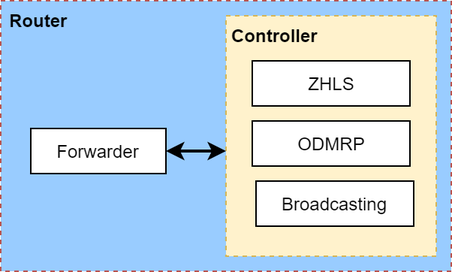
This is docs/figures/router.png from mido3ds/C4IAN, a draw.io export, as it was before one commit. Source tidied: cells renumbered, new cells last; positions are measured from the earlier drawing's top-left corner, leaving out a move shared by most shapes. Its diagram source:
```xml
<mxGraphModel>
  <root>
    <mxCell id="0" />
    <mxCell id="1" parent="0" />
    <mxCell id="2" value="Router" style="rounded=0;whiteSpace=wrap;html=1;verticalAlign=top;align=left;dashed=1;fontStyle=1;fontSize=12;strokeColor=#b85450;spacingTop=0;spacingLeft=4;fillColor=#99CCFF;spacingBottom=1;" parent="1" vertex="1">
      <mxGeometry width="300" height="180" as="geometry" />
    </mxCell>
    <mxCell id="3" value="Forwarder" style="rounded=0;whiteSpace=wrap;html=1;align=center;" parent="1" vertex="1">
      <mxGeometry x="20" y="85" width="90" height="30" as="geometry" />
    </mxCell>
    <mxCell id="4" style="group;" parent="1" vertex="1">
      <mxGeometry x="150" y="10" width="140" height="160" as="geometry" />
    </mxCell>
    <mxCell id="5" value="Controller" style="rounded=0;whiteSpace=wrap;html=1;verticalAlign=top;align=left;dashed=1;fontStyle=1;fontSize=12;fillColor=#fff2cc;strokeColor=#d6b656;spacingLeft=2;" parent="4" vertex="1">
      <mxGeometry width="140" height="160" as="geometry" />
    </mxCell>
    <mxCell id="6" value="ZHLS" style="rounded=0;whiteSpace=wrap;html=1;fillColor=#ffffff;align=center;" parent="4" vertex="1">
      <mxGeometry x="17.5" y="30" width="105" height="30" as="geometry" />
    </mxCell>
    <mxCell id="7" value="ODMRP" style="rounded=0;whiteSpace=wrap;html=1;fillColor=#ffffff;align=center;" parent="4" vertex="1">
      <mxGeometry x="17.5" y="70" width="105" height="30" as="geometry" />
    </mxCell>
    <mxCell id="8" value="Broadcasting" style="rounded=0;whiteSpace=wrap;html=1;fillColor=#ffffff;align=center;" parent="4" vertex="1">
      <mxGeometry x="20" y="110" width="105" height="30" as="geometry" />
    </mxCell>
    <mxCell id="9" style="endArrow=classic;startArrow=classic;html=1;labelBackgroundColor=none;strokeWidth=2;exitX=1;exitY=0.5;exitDx=0;exitDy=0;" parent="1" edge="1" source="3">
      <mxGeometry relative="1" as="geometry">
        <mxPoint x="150" y="100" as="targetPoint" />
      </mxGeometry>
    </mxCell>
  </root>
</mxGraphModel>
```
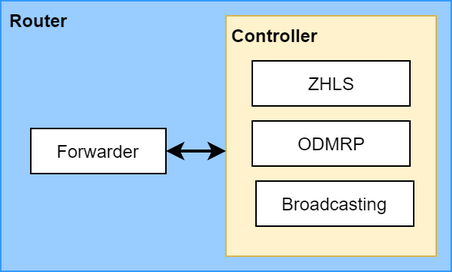
The same file after the commit.

What changed in the source:
```diff
@@ -2,7 +2,7 @@
   <root>
     <mxCell id="0" />
     <mxCell id="1" parent="0" />
-    <mxCell id="2" value="Router" style="rounded=0;whiteSpace=wrap;html=1;verticalAlign=top;align=left;dashed=1;fontStyle=1;fontSize=12;strokeColor=#b85450;spacingTop=0;spacingLeft=4;fillColor=#99CCFF;spacingBottom=1;" parent="1" vertex="1">
+    <mxCell id="2" value="Router" style="rounded=0;whiteSpace=wrap;html=1;verticalAlign=top;align=left;fontStyle=1;fontSize=12;spacingTop=0;spacingLeft=4;fillColor=#99CCFF;spacingBottom=1;strokeColor=#3399FF;" parent="1" vertex="1">
       <mxGeometry width="300" height="180" as="geometry" />
     </mxCell>
     <mxCell id="3" value="Forwarder" style="rounded=0;whiteSpace=wrap;html=1;align=center;" parent="1" vertex="1">
@@ -11,7 +11,7 @@
     <mxCell id="4" style="group;" parent="1" vertex="1">
       <mxGeometry x="150" y="10" width="140" height="160" as="geometry" />
     </mxCell>
-    <mxCell id="5" value="Controller" style="rounded=0;whiteSpace=wrap;html=1;verticalAlign=top;align=left;dashed=1;fontStyle=1;fontSize=12;fillColor=#fff2cc;strokeColor=#d6b656;spacingLeft=2;" parent="4" vertex="1">
+    <mxCell id="5" value="Controller" style="rounded=0;whiteSpace=wrap;html=1;verticalAlign=top;align=left;fontStyle=1;fontSize=12;fillColor=#fff2cc;strokeColor=#d6b656;spacingLeft=2;" parent="4" vertex="1">
       <mxGeometry width="140" height="160" as="geometry" />
     </mxCell>
     <mxCell id="6" value="ZHLS" style="rounded=0;whiteSpace=wrap;html=1;fillColor=#ffffff;align=center;" parent="4" vertex="1">
```
